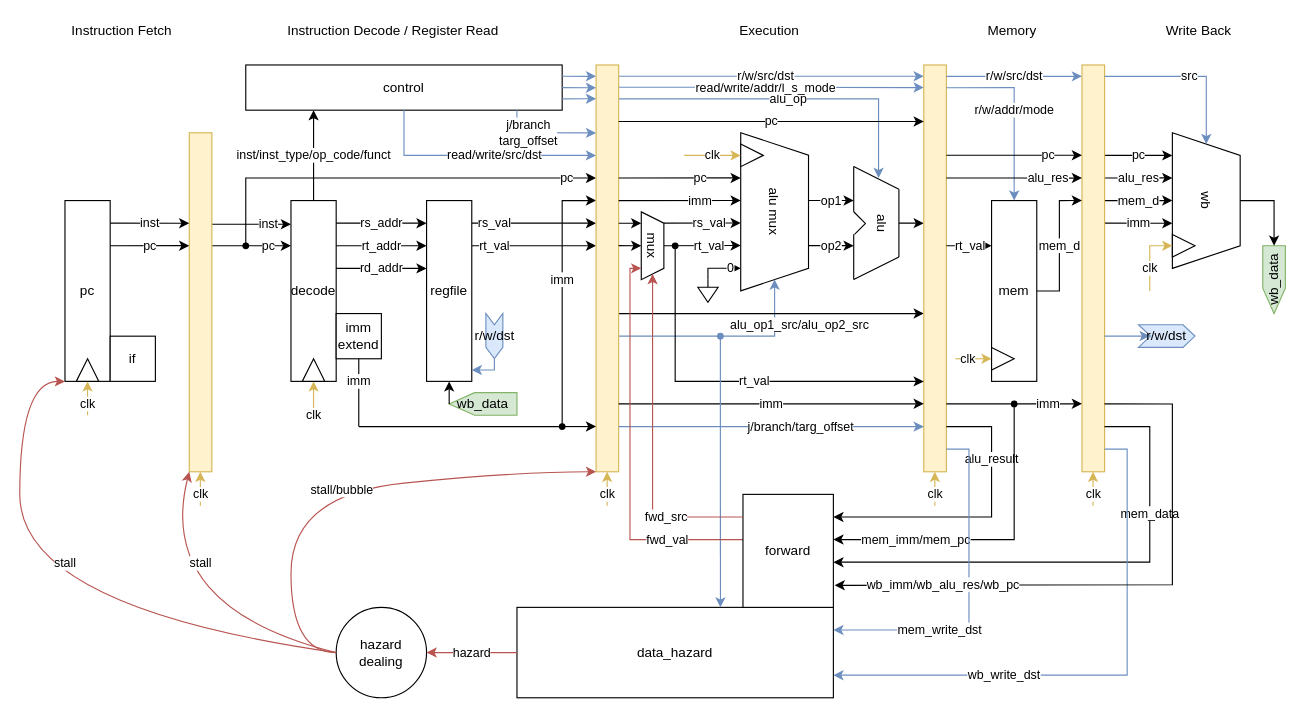
The draw.io diagram assets/PipelineDataHazard.drawio in junyang-zh/HeliumCPUv2-MIPS32, before the edit. Source tidied: cells renumbered, new cells numbered last; positions are measured from the earlier drawing's top-left corner, leaving out a move shared by most shapes. Both pictures are drawn from the tidied source at 113%, with x=0, y=0 at pixel (19, 19).
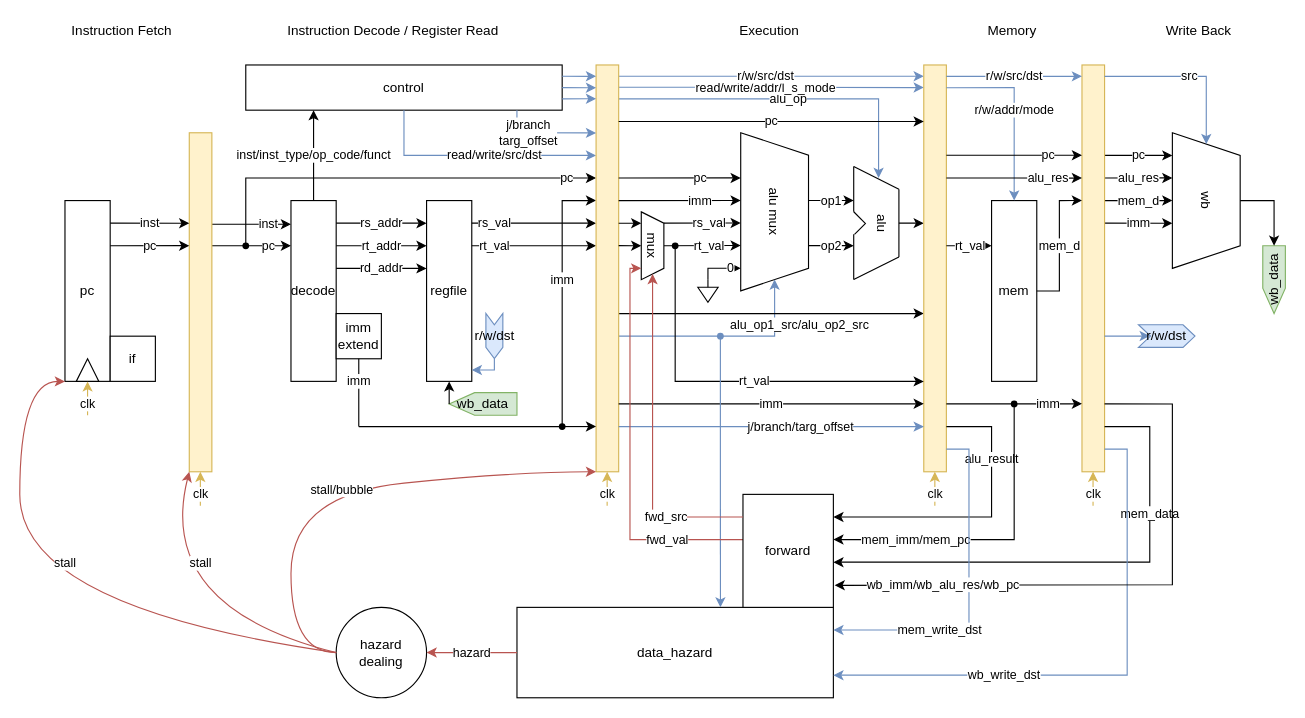
After the change.

Commit message (it also covers changes not shown here):
upd pipeline figure

Change to the diagram source:
```diff
@@
-    <mxCell id="57" style="triangle;whiteSpace=wrap;html=1;rotation=-90;" parent="1" vertex="1">
-      <mxGeometry x="250" y="300" width="20" height="20" as="geometry" />
-    </mxCell>
-    <mxCell id="58" style="triangle;whiteSpace=wrap;html=1;rotation=0;" parent="1" vertex="1">
-      <mxGeometry x="860" y="290" width="20" height="20" as="geometry" />
-    </mxCell>
-    <mxCell id="59" style="triangle;whiteSpace=wrap;html=1;rotation=0;" parent="1" vertex="1">
-      <mxGeometry x="638" y="110" width="20" height="20" as="geometry" />
-    </mxCell>
@@
-    <mxCell id="61" style="triangle;whiteSpace=wrap;html=1;rotation=0;" parent="1" vertex="1">
-      <mxGeometry x="1020" y="190" width="20" height="20" as="geometry" />
-    </mxCell>
-    <mxCell id="62" value="clk" style="endArrow=classic;html=1;rounded=0;fillColor=#fff2cc;strokeColor=#d6b656;entryX=0;entryY=0.5;entryDx=0;entryDy=0;" parent="1" edge="1" target="57">
-      <mxGeometry x="-1" relative="1" as="geometry">
-        <mxPoint x="260" y="350" as="sourcePoint" />
-      </mxGeometry>
-    </mxCell>
-    <mxCell id="63" value="clk" style="endArrow=classic;html=1;rounded=0;fillColor=#fff2cc;strokeColor=#d6b656;entryX=0;entryY=0.5;entryDx=0;entryDy=0;" parent="1" edge="1" target="59">
-      <mxGeometry relative="1" as="geometry">
-        <mxPoint x="588" y="120" as="sourcePoint" />
-      </mxGeometry>
-    </mxCell>
-    <mxCell id="64" value="clk" style="endArrow=classic;html=1;rounded=0;fillColor=#fff2cc;strokeColor=#d6b656;entryX=0;entryY=0.5;entryDx=0;entryDy=0;" parent="1" edge="1" target="58">
-      <mxGeometry x="-0.33" relative="1" as="geometry">
-        <mxPoint x="828" y="300" as="sourcePoint" />
-      </mxGeometry>
-    </mxCell>
-    <mxCell id="65" value="clk" style="endArrow=classic;html=1;rounded=0;fillColor=#fff2cc;strokeColor=#d6b656;entryX=0;entryY=0.5;entryDx=0;entryDy=0;" parent="1" edge="1" target="61">
-      <mxGeometry x="-0.33" relative="1" as="geometry">
-        <mxPoint x="1000" y="240" as="sourcePoint" />
-        <Array as="points">
-          <mxPoint x="1000" y="200" />
-        </Array>
-      </mxGeometry>
-    </mxCell>
```
